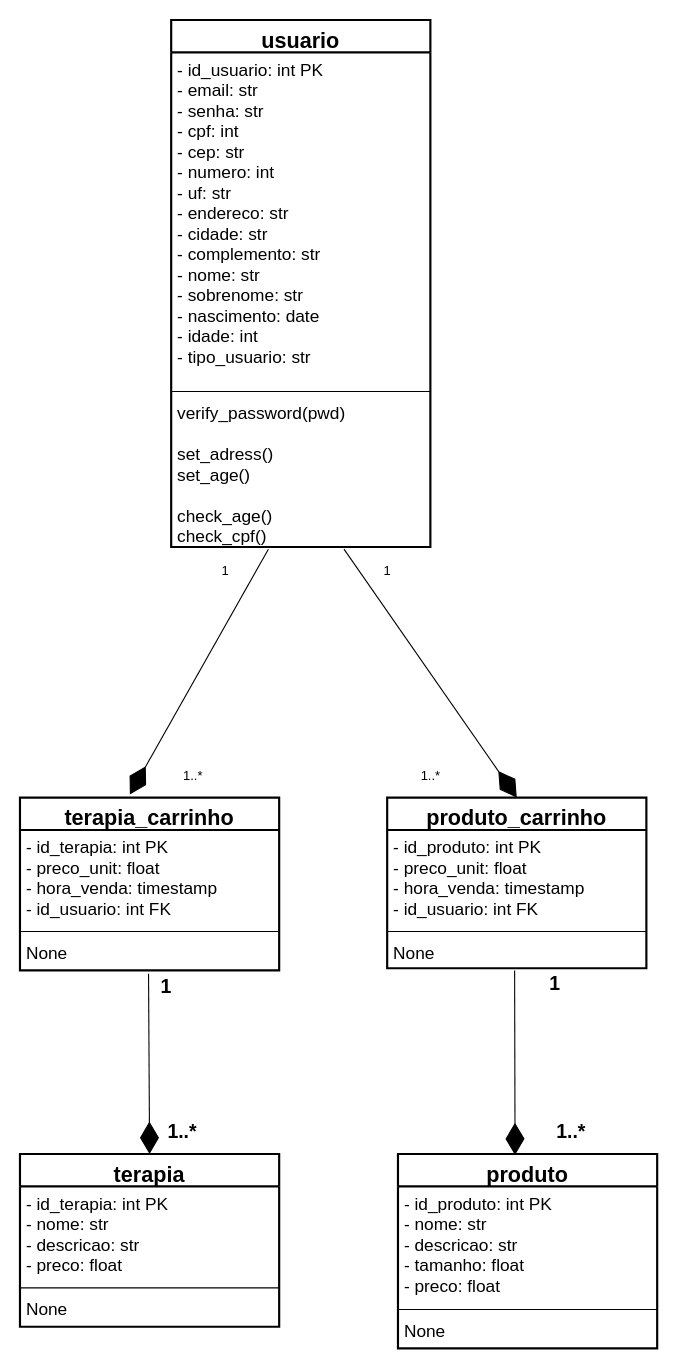
Earlier version of the draw.io diagram page "UML" (1 of 3) of Documents/UML-Diagramas.drawio (terrotar/OPE). Source tidied: cells renumbered, new cells numbered last; positions are measured from the earlier drawing's top-left corner, leaving out a move shared by most shapes. Both pictures are drawn from the tidied source at 108%, with x=0, y=0 at pixel (19, 19).
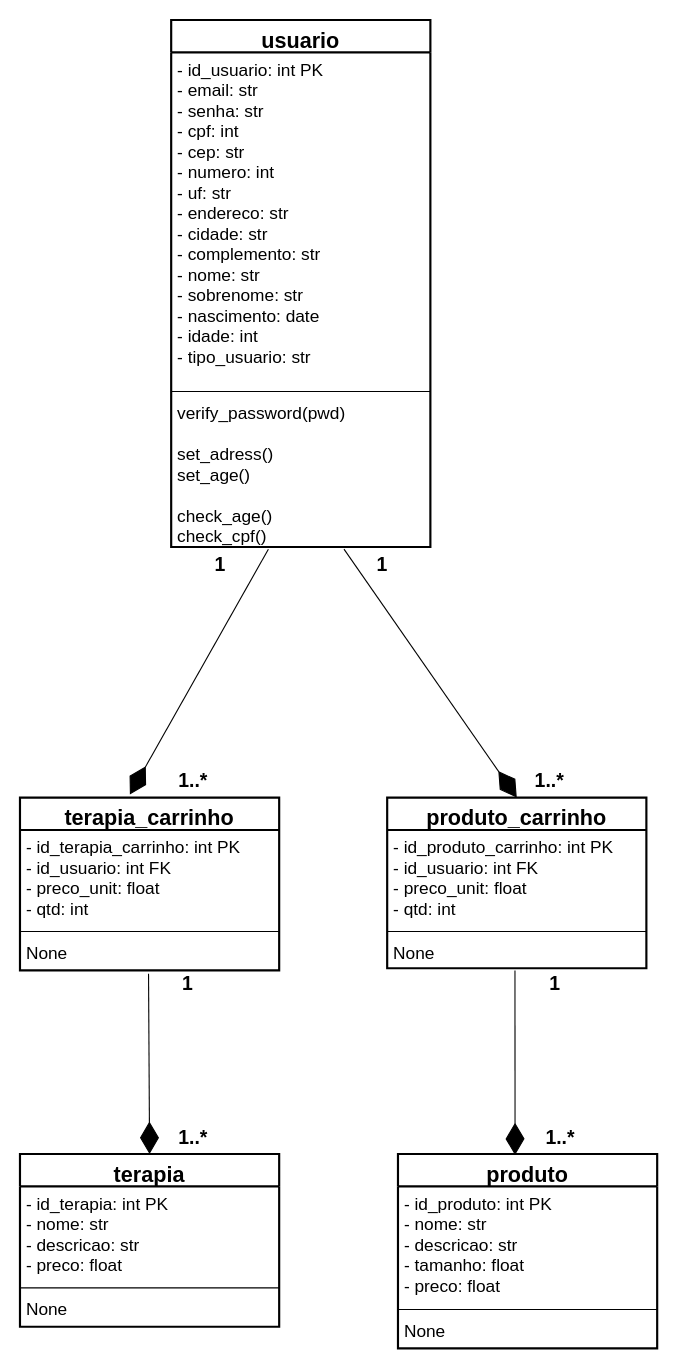
Above is the later version.

Commit message (it also covers changes not shown here):
UML alterada e finalizada

The change refers to these unchanged cells:
```xml
<mxCell id="15" value="terapia_carrinho" style="swimlane;fontStyle=1;align=center;verticalAlign=top;horizontal=1;startSize=30;strokeWidth=2;fontSize=20;" parent="1" vertex="1">
  <mxGeometry y="720" width="240" height="160" as="geometry" />
</mxCell>
<mxCell id="19" value="produto_carrinho" style="swimlane;fontStyle=1;align=center;verticalAlign=top;horizontal=1;startSize=30;strokeWidth=2;fontSize=20;" parent="1" vertex="1">
  <mxGeometry x="340" y="720" width="240" height="158" as="geometry" />
</mxCell>
<mxCell id="22" value="None" style="text;strokeColor=none;fillColor=none;align=left;verticalAlign=top;spacingLeft=4;spacingRight=4;overflow=hidden;points=[[0,0.5],[1,0.5]];portConstraint=eastwest;fontSize=16;" parent="19" vertex="1">
  <mxGeometry y="128" width="240" height="30" as="geometry" />
</mxCell>
```

Diff of the diagram source:
```diff
@@
-    <mxCell id="16" value="- id_terapia: int PK&#10;- preco_unit: float&#10;- hora_venda: timestamp&#10;- id_usuario: int FK" style="text;strokeColor=none;fillColor=none;align=left;verticalAlign=top;spacingLeft=4;spacingRight=4;overflow=hidden;fontSize=16;" parent="15" vertex="1">
+    <mxCell id="16" value="- id_terapia_carrinho: int PK&#10;- id_usuario: int FK&#10;- preco_unit: float&#10;- qtd: int" style="text;strokeColor=none;fillColor=none;align=left;verticalAlign=top;spacingLeft=4;spacingRight=4;overflow=hidden;fontSize=16;" parent="15" vertex="1">
       <mxGeometry y="30" width="240" height="90" as="geometry" />
     </mxCell>
@@
-    <mxCell id="20" value="- id_produto: int PK&#10;- preco_unit: float&#10;- hora_venda: timestamp&#10;- id_usuario: int FK" style="text;strokeColor=none;fillColor=none;align=left;verticalAlign=top;spacingLeft=4;spacingRight=4;overflow=hidden;fontSize=16;" parent="19" vertex="1">
+    <mxCell id="20" value="- id_produto_carrinho: int PK&#10;- id_usuario: int FK&#10;- preco_unit: float&#10;- qtd: int" style="text;strokeColor=none;fillColor=none;align=left;verticalAlign=top;spacingLeft=4;spacingRight=4;overflow=hidden;fontSize=16;" parent="19" vertex="1">
       <mxGeometry y="30" width="240" height="90" as="geometry" />
     </mxCell>
@@
-    <mxCell id="23" style="rounded=0;jumpSize=6;orthogonalLoop=1;jettySize=auto;html=1;entryX=0.408;entryY=0.006;entryDx=0;entryDy=0;fontSize=11;startArrow=none;startFill=0;endArrow=diamondThin;endFill=1;endSize=27;targetPerimeterSpacing=0;strokeColor=#000000;strokeWidth=1;verticalAlign=middle;sourcePerimeterSpacing=0;entryPerimeter=0;" parent="1" edge="1">
+    <mxCell id="23" style="rounded=0;jumpSize=6;jettySize=auto;html=1;entryX=0.408;entryY=0.006;entryDx=0;entryDy=0;fontSize=11;startArrow=none;startFill=0;endArrow=diamondThin;endFill=1;endSize=27;targetPerimeterSpacing=0;strokeColor=#000000;strokeWidth=1;verticalAlign=middle;sourcePerimeterSpacing=0;entryPerimeter=0;exitX=0.493;exitY=1.068;exitDx=0;exitDy=0;exitPerimeter=0;" parent="1" edge="1" source="22">
       <mxGeometry relative="1" as="geometry">
-        <mxPoint x="458" y="880" as="sourcePoint" />
         <mxPoint x="458.4" y="1051" as="targetPoint" />
       </mxGeometry>
     </mxCell>
@@
     <mxCell id="26" value="1..*" style="text;html=1;align=center;verticalAlign=middle;strokeColor=none;fillColor=none;fontSize=18;fontStyle=1;" parent="1" vertex="1">
-      <mxGeometry x="130" y="1015" width="40" height="30" as="geometry" />
+      <mxGeometry x="140" y="1020" width="40" height="30" as="geometry" />
     </mxCell>
     <mxCell id="27" value="1" style="text;html=1;align=center;verticalAlign=middle;strokeColor=none;fillColor=none;fontSize=18;fontStyle=1;" parent="1" vertex="1">
-      <mxGeometry x="120" y="880" width="30" height="30" as="geometry" />
+      <mxGeometry x="140" y="878" width="30" height="30" as="geometry" />
     </mxCell>
@@
     <mxCell id="29" value="1..*" style="text;html=1;align=center;verticalAlign=middle;strokeColor=none;fillColor=none;fontSize=18;fontStyle=1;" parent="1" vertex="1">
-      <mxGeometry x="490" y="1015" width="40" height="30" as="geometry" />
+      <mxGeometry x="480" y="1020" width="40" height="30" as="geometry" />
     </mxCell>
-    <mxCell id="30" value="1" style="text;html=1;align=center;verticalAlign=middle;strokeColor=none;fillColor=none;" parent="1" vertex="1">
-      <mxGeometry x="180" y="500" width="20" height="20" as="geometry" />
-    </mxCell>
-    <mxCell id="31" value="1" style="text;html=1;align=center;verticalAlign=middle;strokeColor=none;fillColor=none;" parent="1" vertex="1">
-      <mxGeometry x="330" y="500" width="20" height="20" as="geometry" />
-    </mxCell>
-    <mxCell id="32" value="1..*" style="text;html=1;align=center;verticalAlign=middle;strokeColor=none;fillColor=none;" parent="1" vertex="1">
-      <mxGeometry x="145" y="690" width="30" height="20" as="geometry" />
-    </mxCell>
-    <mxCell id="33" value="1..*" style="text;html=1;align=center;verticalAlign=middle;strokeColor=none;fillColor=none;" parent="1" vertex="1">
-      <mxGeometry x="365" y="690" width="30" height="20" as="geometry" />
-    </mxCell>
+    <mxCell id="34" value="1" style="text;html=1;align=center;verticalAlign=middle;strokeColor=none;fillColor=none;fontSize=18;fontStyle=1;" parent="1" vertex="1">
+      <mxGeometry x="320" y="490" width="30" height="30" as="geometry" />
+    </mxCell>
+    <mxCell id="35" value="1" style="text;html=1;align=center;verticalAlign=middle;strokeColor=none;fillColor=none;fontSize=18;fontStyle=1;" parent="1" vertex="1">
+      <mxGeometry x="170" y="490" width="30" height="30" as="geometry" />
+    </mxCell>
+    <mxCell id="36" value="1..*" style="text;html=1;align=center;verticalAlign=middle;strokeColor=none;fillColor=none;fontSize=18;fontStyle=1;" parent="1" vertex="1">
+      <mxGeometry x="140" y="690" width="40" height="30" as="geometry" />
+    </mxCell>
+    <mxCell id="37" value="1..*" style="text;html=1;align=center;verticalAlign=middle;strokeColor=none;fillColor=none;fontSize=18;fontStyle=1;" parent="1" vertex="1">
+      <mxGeometry x="470" y="690" width="40" height="30" as="geometry" />
+    </mxCell>
```
